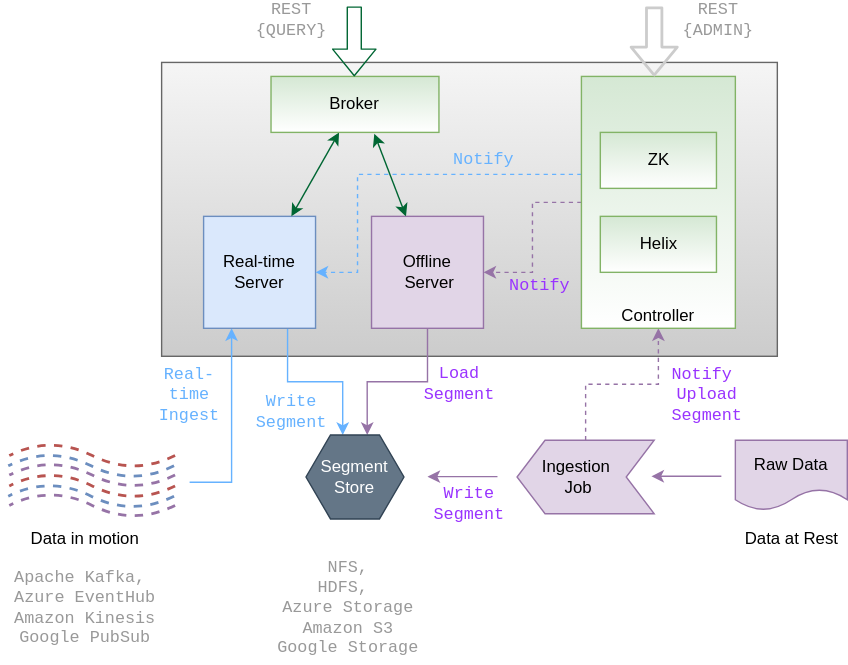
pinot-contrib/pinot-docs keeps this draw.io diagram as .gitbook/assets/Pinot-Architecture.svg. Above is the earlier version. Source tidied: cells renumbered, new cells last; positions are measured from the earlier drawing's top-left corner, leaving out a move shared by most shapes.
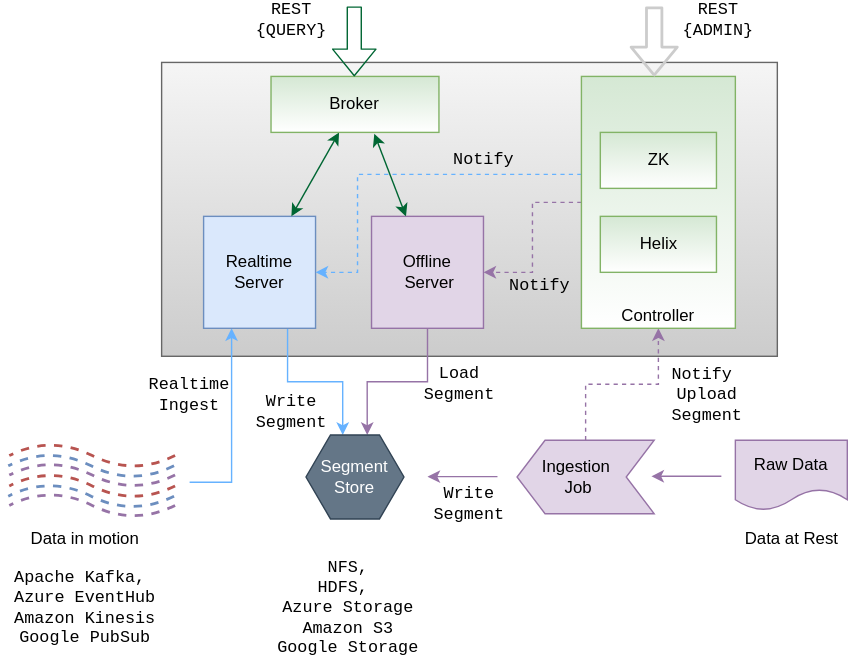
The same file after the commit.

The edit, as a diff of the source:
```diff
@@ -132,7 +132,7 @@
     <mxCell id="25" value="Controller" style="rounded=0;whiteSpace=wrap;html=1;fillColor=#d5e8d4;strokeColor=#82b366;verticalAlign=bottom;gradientColor=#ffffff;" parent="1" vertex="1">
       <mxGeometry x="415" y="50" width="110" height="180" as="geometry" />
     </mxCell>
-    <mxCell id="26" value="&lt;font&gt;Apache Kafka,&amp;nbsp;&lt;br&gt;Azure EventHub&lt;br&gt;Amazon Kinesis&lt;br&gt;Google PubSub&lt;/font&gt;" style="text;html=1;align=center;verticalAlign=middle;fontColor=#999999;fontFamily=Courier New;" parent="1" vertex="1">
+    <mxCell id="26" value="&lt;font&gt;Apache Kafka,&amp;nbsp;&lt;br&gt;Azure EventHub&lt;br&gt;Amazon Kinesis&lt;br&gt;Google PubSub&lt;/font&gt;" style="text;html=1;align=center;verticalAlign=middle;fontColor=#000000;fontFamily=Courier New;" parent="1" vertex="1">
       <mxGeometry y="400" width="120" height="60" as="geometry" />
     </mxCell>
     <mxCell id="27" value="Raw Data" style="shape=document;whiteSpace=wrap;html=1;boundedLbl=1;rounded=0;glass=1;strokeColor=#9673a6;strokeWidth=1;fillColor=#e1d5e7;" parent="1" vertex="1">
@@ -147,7 +147,7 @@
     <mxCell id="30" value="Ingestion&lt;br&gt;&amp;nbsp;Job" style="text;html=1;align=center;verticalAlign=middle;" parent="1" vertex="1">
       <mxGeometry x="381" y="321.2" width="60" height="30" as="geometry" />
     </mxCell>
-    <mxCell id="31" value="&lt;font&gt;NFS,&lt;br&gt;HDFS,&amp;nbsp;&lt;br&gt;Azure Storage&lt;br&gt;Amazon S3&lt;br&gt;Google Storage&lt;/font&gt;" style="text;html=1;align=center;verticalAlign=middle;fontColor=#999999;fontFamily=Courier New;" parent="1" vertex="1">
+    <mxCell id="31" value="&lt;font&gt;NFS,&lt;br&gt;HDFS,&amp;nbsp;&lt;br&gt;Azure Storage&lt;br&gt;Amazon S3&lt;br&gt;Google Storage&lt;/font&gt;" style="text;html=1;align=center;verticalAlign=middle;fontColor=#000000;fontFamily=Courier New;" parent="1" vertex="1">
       <mxGeometry x="187.7" y="390" width="120" height="80" as="geometry" />
     </mxCell>
     <mxCell id="32" value="Helix" style="rounded=0;whiteSpace=wrap;html=1;glass=0;strokeColor=#82b366;strokeWidth=1;fillColor=#d5e8d4;fontFamily=Helvetica;gradientColor=#ffffff;" parent="1" vertex="1">
@@ -168,31 +168,31 @@
         <mxPoint x="252.7" y="50" as="targetPoint" />
       </mxGeometry>
     </mxCell>
-    <mxCell id="36" value="Notify&amp;nbsp;" style="text;html=1;strokeColor=none;fillColor=none;align=center;verticalAlign=middle;whiteSpace=wrap;rounded=0;fontColor=#66B2FF;fontFamily=Courier New;" parent="1" vertex="1">
+    <mxCell id="36" value="Notify&amp;nbsp;" style="text;html=1;strokeColor=none;fillColor=none;align=center;verticalAlign=middle;whiteSpace=wrap;rounded=0;fontColor=#000000;fontFamily=Courier New;" parent="1" vertex="1">
       <mxGeometry x="329" y="100" width="40" height="20" as="geometry" />
     </mxCell>
-    <mxCell id="37" value="Notify&amp;nbsp;" style="text;html=1;strokeColor=none;fillColor=none;align=center;verticalAlign=middle;whiteSpace=wrap;rounded=0;fontColor=#9933FF;fontFamily=Courier New;" parent="1" vertex="1">
+    <mxCell id="37" value="Notify&amp;nbsp;" style="text;html=1;strokeColor=none;fillColor=none;align=center;verticalAlign=middle;whiteSpace=wrap;rounded=0;fontColor=#000000;fontFamily=Courier New;" parent="1" vertex="1">
       <mxGeometry x="368.5" y="190" width="40" height="20" as="geometry" />
     </mxCell>
-    <mxCell id="38" value="Notify&amp;nbsp; Upload Segment" style="text;html=1;strokeColor=none;fillColor=none;align=center;verticalAlign=middle;whiteSpace=wrap;rounded=0;fontColor=#9933FF;fontFamily=Courier New;" parent="1" vertex="1">
+    <mxCell id="38" value="Notify&amp;nbsp; Upload Segment" style="text;html=1;strokeColor=none;fillColor=none;align=center;verticalAlign=middle;whiteSpace=wrap;rounded=0;fontColor=#000000;fontFamily=Courier New;" parent="1" vertex="1">
       <mxGeometry x="485" y="268" width="40" height="20" as="geometry" />
     </mxCell>
-    <mxCell id="39" value="Load Segment" style="text;html=1;strokeColor=none;fillColor=none;align=center;verticalAlign=middle;whiteSpace=wrap;rounded=0;fontColor=#9933FF;fontFamily=Courier New;" parent="1" vertex="1">
+    <mxCell id="39" value="Load Segment" style="text;html=1;strokeColor=none;fillColor=none;align=center;verticalAlign=middle;whiteSpace=wrap;rounded=0;fontColor=#000000;fontFamily=Courier New;" parent="1" vertex="1">
       <mxGeometry x="307.7" y="260" width="40" height="20" as="geometry" />
     </mxCell>
-    <mxCell id="40" value="REST {QUERY}" style="text;html=1;strokeColor=none;fillColor=none;align=center;verticalAlign=middle;whiteSpace=wrap;rounded=0;fontColor=#999999;fontFamily=Courier New;" parent="1" vertex="1">
+    <mxCell id="40" value="REST {QUERY}" style="text;html=1;strokeColor=none;fillColor=none;align=center;verticalAlign=middle;whiteSpace=wrap;rounded=0;fontColor=#000000;fontFamily=Courier New;" parent="1" vertex="1">
       <mxGeometry x="187.7" width="40" height="20" as="geometry" />
     </mxCell>
-    <mxCell id="41" value="REST {ADMIN}" style="text;html=1;strokeColor=none;fillColor=none;align=center;verticalAlign=middle;whiteSpace=wrap;rounded=0;fontColor=#999999;fontFamily=Courier New;" parent="1" vertex="1">
+    <mxCell id="41" value="REST {ADMIN}" style="text;html=1;strokeColor=none;fillColor=none;align=center;verticalAlign=middle;whiteSpace=wrap;rounded=0;fontColor=#000000;fontFamily=Courier New;" parent="1" vertex="1">
       <mxGeometry x="492.7" width="40" height="20" as="geometry" />
     </mxCell>
-    <mxCell id="42" value="Realtime Ingest" style="text;html=1;strokeColor=none;fillColor=none;align=center;verticalAlign=middle;whiteSpace=wrap;rounded=0;fontColor=#66B2FF;fontFamily=Courier New;" parent="1" vertex="1">
+    <mxCell id="42" value="Realtime Ingest" style="text;html=1;strokeColor=none;fillColor=none;align=center;verticalAlign=middle;whiteSpace=wrap;rounded=0;fontColor=#000000;fontFamily=Courier New;" parent="1" vertex="1">
       <mxGeometry x="115" y="268" width="40" height="20" as="geometry" />
     </mxCell>
-    <mxCell id="43" value="Write Segment" style="text;html=1;strokeColor=none;fillColor=none;align=center;verticalAlign=middle;whiteSpace=wrap;rounded=0;fontColor=#66B2FF;fontFamily=Courier New;" parent="1" vertex="1">
+    <mxCell id="43" value="Write Segment" style="text;html=1;strokeColor=none;fillColor=none;align=center;verticalAlign=middle;whiteSpace=wrap;rounded=0;fontColor=#000000;fontFamily=Courier New;" parent="1" vertex="1">
       <mxGeometry x="187.7" y="280" width="40" height="20" as="geometry" />
     </mxCell>
-    <mxCell id="44" value="Write Segment" style="text;html=1;strokeColor=none;fillColor=none;align=center;verticalAlign=middle;whiteSpace=wrap;rounded=0;fontColor=#9933FF;fontFamily=Courier New;" parent="1" vertex="1">
+    <mxCell id="44" value="Write Segment" style="text;html=1;strokeColor=none;fillColor=none;align=center;verticalAlign=middle;whiteSpace=wrap;rounded=0;fontColor=#000000;fontFamily=Courier New;" parent="1" vertex="1">
       <mxGeometry x="315" y="346.2" width="40" height="20" as="geometry" />
     </mxCell>
   </root>
```
